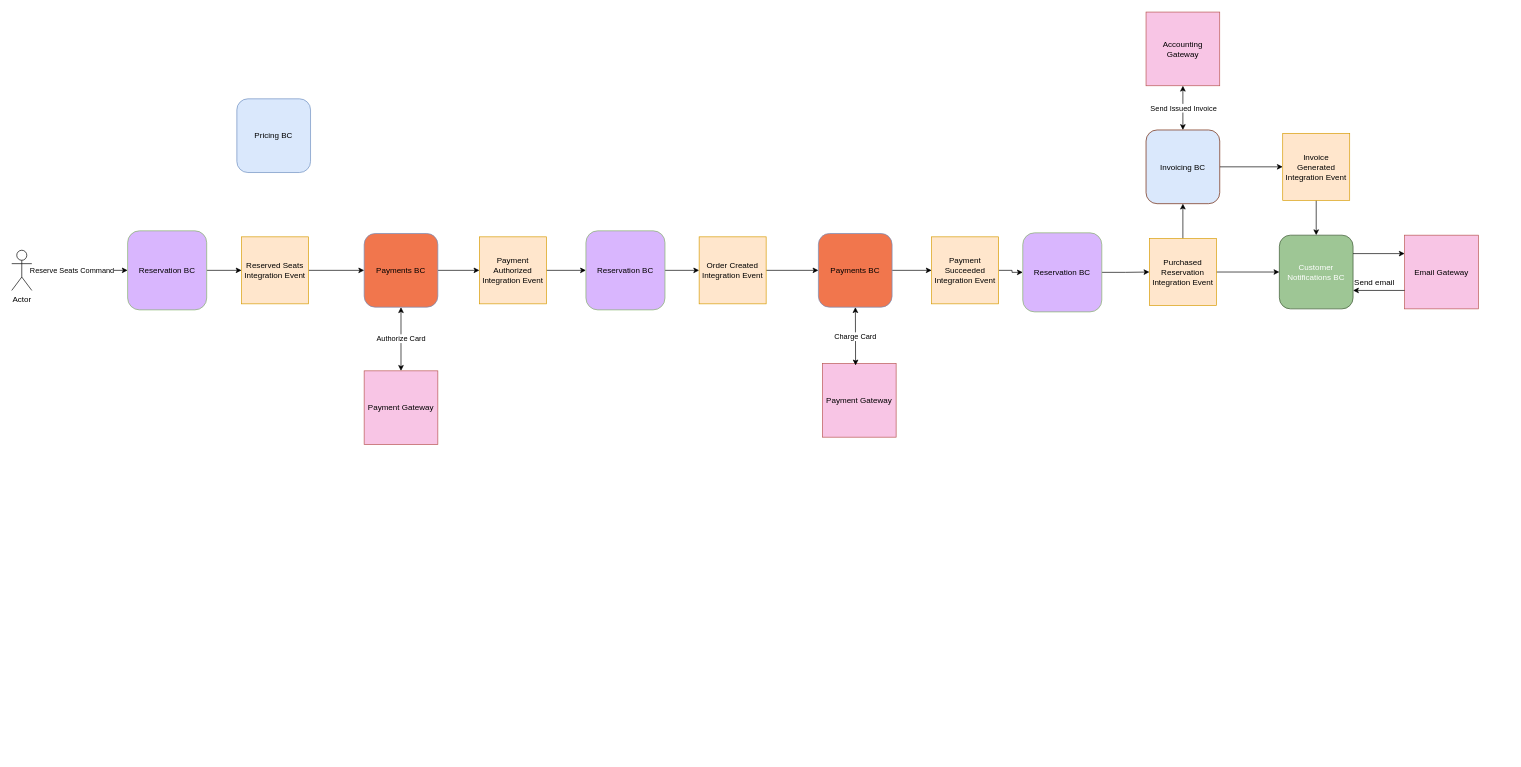
Above: docs/ReservationIntegrationWorkflow.drawio in jordiaragonzaragoza/JordiAragonZaragoza.Cinema (draw.io), before the change. Source tidied: cells renumbered, new cells numbered last; positions are measured from the earlier drawing's top-left corner, leaving out a move shared by most shapes. Both pictures are drawn from the tidied source at 67%, with x=0, y=0 at pixel (11, 12).
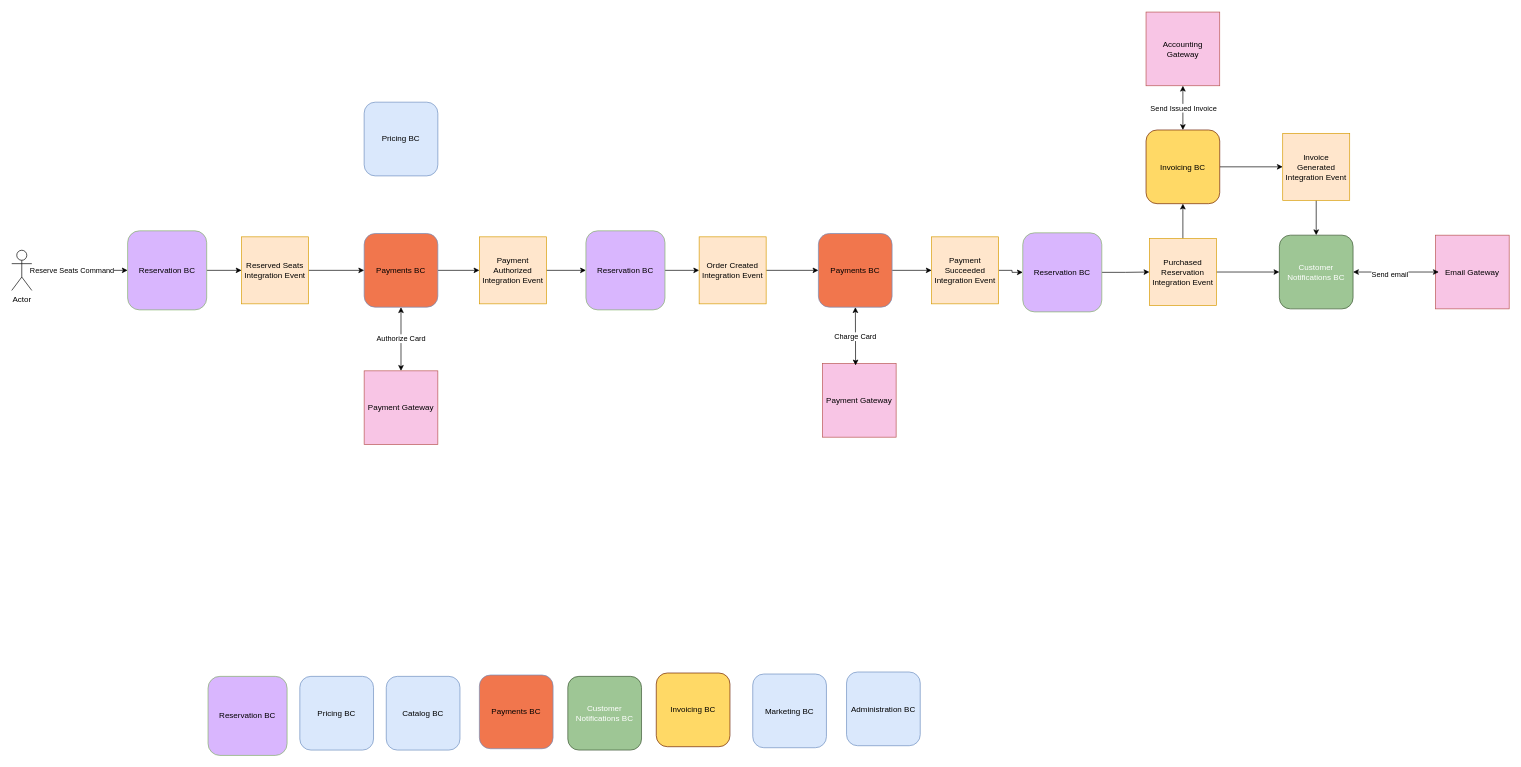
The same diagram, later.

The change refers to these unchanged cells:
```xml
<mxCell id="32" value="Customer Notifications&amp;nbsp;BC" style="whiteSpace=wrap;html=1;fillColor=#9EC695;strokeColor=#3A5431;rounded=1;fontColor=#ffffff;" parent="1" vertex="1">
  <mxGeometry x="1892" y="332.5" width="110" height="110" as="geometry" />
</mxCell>
```

Change to the diagram source:
```diff
@@
-    <mxCell id="7" value="&lt;span&gt;&lt;font style=&quot;color: rgb(0, 0, 0);&quot;&gt;Invoicing BC&lt;/font&gt;&lt;/span&gt;" style="whiteSpace=wrap;html=1;fillColor=#DAE8FC;strokeColor=#6D1F00;rounded=1;fontColor=#ffffff;" parent="1" vertex="1">
+    <mxCell id="7" value="&lt;span&gt;&lt;font style=&quot;color: rgb(0, 0, 0);&quot;&gt;Invoicing BC&lt;/font&gt;&lt;/span&gt;" style="whiteSpace=wrap;html=1;fillColor=#FFD966;strokeColor=#6D1F00;rounded=1;fontColor=#ffffff;" parent="1" vertex="1">
       <mxGeometry x="1693" y="175.5" width="110" height="110" as="geometry" />
     </mxCell>
@@
     <mxCell id="33" value="Email Gateway" style="whiteSpace=wrap;html=1;fillColor=#F8C5E5;strokeColor=#b85450;" parent="1" vertex="1">
-      <mxGeometry x="2079" y="332.5" width="110" height="110" as="geometry" />
+      <mxGeometry x="2125" y="332.5" width="110" height="110" as="geometry" />
     </mxCell>
-    <mxCell id="34" style="endArrow=classic;html=1;rounded=0;entryX=0;entryY=0.25;entryDx=0;entryDy=0;exitX=1;exitY=0.25;exitDx=0;exitDy=0;" parent="1" edge="1" source="32" target="33">
-      <mxGeometry relative="1" as="geometry" />
-    </mxCell>
-    <mxCell id="35" style="endArrow=classic;html=1;rounded=0;entryX=1;entryY=0.75;entryDx=0;entryDy=0;exitX=0;exitY=0.75;exitDx=0;exitDy=0;" parent="1" edge="1" source="33" target="32">
-      <mxGeometry relative="1" as="geometry" />
-    </mxCell>
-    <mxCell id="36" value="Send email" style="text;html=1;whiteSpace=wrap;strokeColor=none;fillColor=none;align=center;verticalAlign=middle;rounded=0;" parent="1" vertex="1">
-      <mxGeometry x="1994" y="387.5" width="80" height="30" as="geometry" />
-    </mxCell>
@@
     <mxCell id="44" value="Pricing BC" style="whiteSpace=wrap;html=1;fillColor=#dae8fc;strokeColor=#6c8ebf;rounded=1;" parent="1" vertex="1">
-      <mxGeometry x="336" y="129" width="110" height="110" as="geometry" />
+      <mxGeometry x="526" y="134" width="110" height="110" as="geometry" />
     </mxCell>
+    <mxCell id="34" style="endArrow=classic;startArrow=classic;html=1;rounded=0;entryX=0.045;entryY=0.5;entryDx=0;entryDy=0;entryPerimeter=0;exitX=1;exitY=0.5;exitDx=0;exitDy=0;" parent="1" edge="1" source="32" target="33">
+      <mxGeometry relative="1" as="geometry" />
+    </mxCell>
+    <mxCell id="36" value="Send email" style="edgeLabel;html=1;align=center;verticalAlign=middle;" parent="34" vertex="1">
+      <mxGeometry x="-0.15" y="-2" relative="1" as="geometry">
+        <mxPoint y="1" as="offset" />
+      </mxGeometry>
+    </mxCell>
+    <mxCell id="45" value="Catalog BC" style="whiteSpace=wrap;html=1;fillColor=#dae8fc;strokeColor=#6c8ebf;rounded=1;" parent="1" vertex="1">
+      <mxGeometry x="559" y="991" width="110" height="110" as="geometry" />
+    </mxCell>
+    <mxCell id="46" value="Administration&amp;nbsp;BC" style="whiteSpace=wrap;html=1;fillColor=#dae8fc;strokeColor=#6c8ebf;rounded=1;" parent="1" vertex="1">
+      <mxGeometry x="1246" y="984.5" width="110" height="110" as="geometry" />
+    </mxCell>
+    <mxCell id="47" value="Marketing BC" style="whiteSpace=wrap;html=1;fillColor=#dae8fc;strokeColor=#6c8ebf;rounded=1;" parent="1" vertex="1">
+      <mxGeometry x="1106" y="987.5" width="110" height="110" as="geometry" />
+    </mxCell>
+    <mxCell id="48" value="Reservation BC" style="whiteSpace=wrap;html=1;fillColor=#D9B6FE;strokeColor=#82b366;rounded=1;" parent="1" vertex="1">
+      <mxGeometry x="293" y="991" width="118" height="118" as="geometry" />
+    </mxCell>
+    <mxCell id="49" value="Pricing BC" style="whiteSpace=wrap;html=1;fillColor=#dae8fc;strokeColor=#6c8ebf;rounded=1;" parent="1" vertex="1">
+      <mxGeometry x="430" y="991" width="110" height="110" as="geometry" />
+    </mxCell>
+    <mxCell id="50" value="Payments BC" style="whiteSpace=wrap;html=1;fillColor=#F1764D;strokeColor=#6c8ebf;rounded=1;" parent="1" vertex="1">
+      <mxGeometry x="698" y="989" width="110" height="110" as="geometry" />
+    </mxCell>
+    <mxCell id="51" value="Customer Notifications&amp;nbsp;BC" style="whiteSpace=wrap;html=1;fillColor=#9EC695;strokeColor=#3A5431;rounded=1;fontColor=#ffffff;" parent="1" vertex="1">
+      <mxGeometry x="830" y="991" width="110" height="110" as="geometry" />
+    </mxCell>
+    <mxCell id="52" value="&lt;span&gt;&lt;font style=&quot;color: rgb(0, 0, 0);&quot;&gt;Invoicing BC&lt;/font&gt;&lt;/span&gt;" style="whiteSpace=wrap;html=1;fillColor=#FFD966;strokeColor=#6D1F00;rounded=1;fontColor=#ffffff;" parent="1" vertex="1">
+      <mxGeometry x="962" y="986" width="110" height="110" as="geometry" />
+    </mxCell>
```
